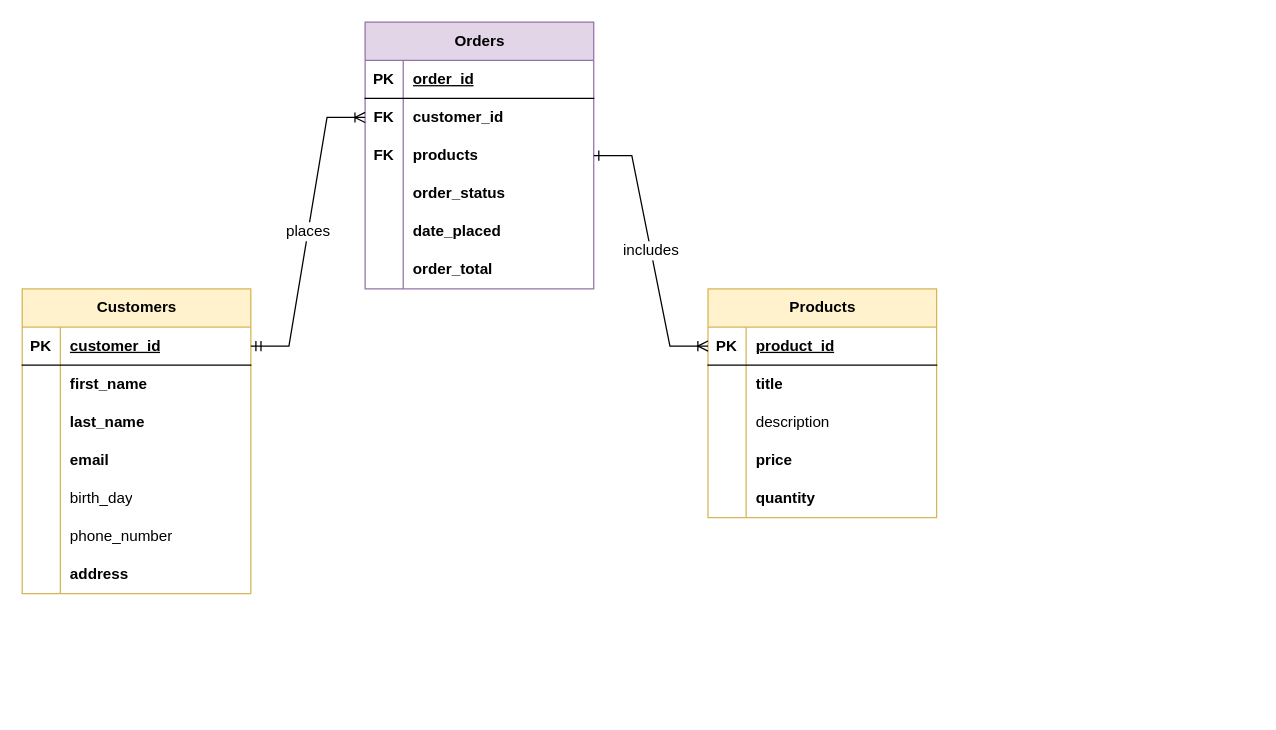
This is page "Overall ERD" (1 of 2) of db/ERD.drawio from MurtadhaInit/e-store-backend, a draw.io file, before an edit. Source tidied: cells renumbered, new cells numbered last; positions are measured from the earlier drawing's top-left corner, leaving out a move shared by most shapes. Both pictures are drawn from the tidied source at 127%, with x=0, y=0 at pixel (22, 22).
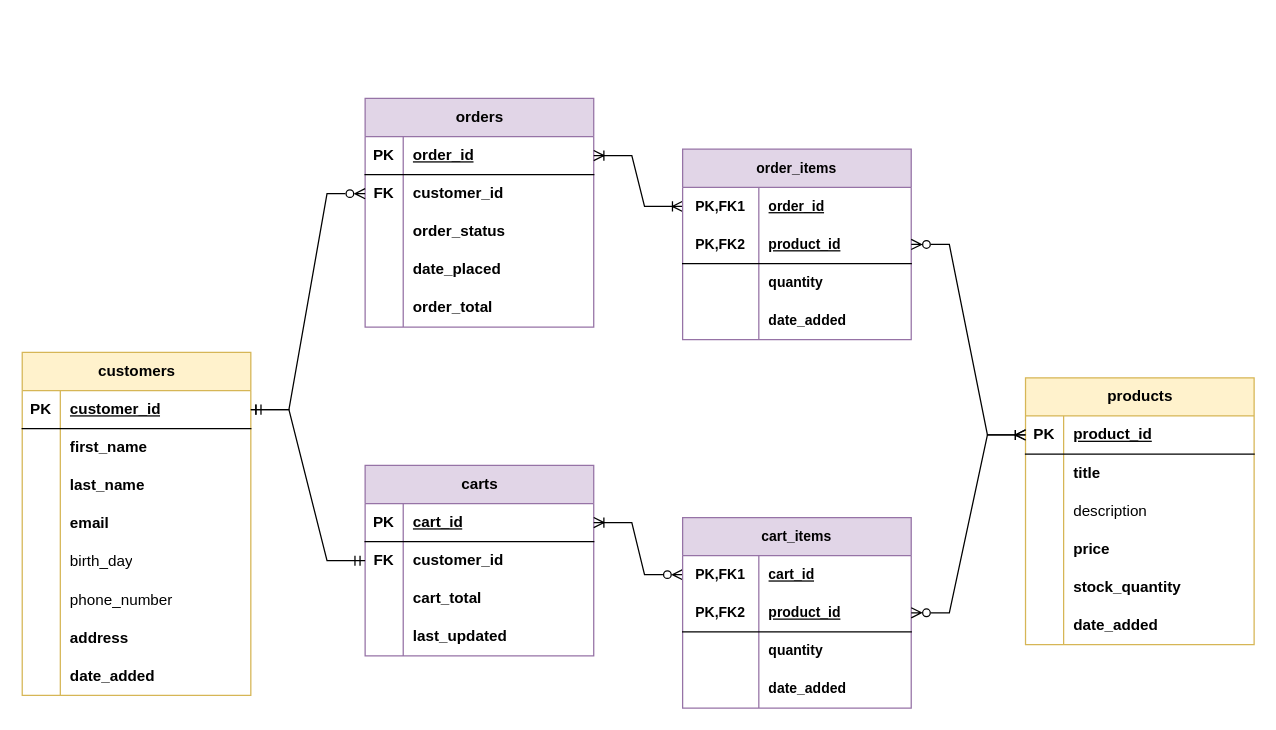
Above is the later version.

Commit message (it also covers changes not shown here):
There is now a solid starting ER diagram to use for creating the database schema - draw.io is now used for that purpose

Unchanged cells that the change refers to:
```xml
<mxCell id="3" style="shape=tableRow;horizontal=0;startSize=0;swimlaneHead=0;swimlaneBody=0;fillColor=none;points=[[0,0.5],[1,0.5]];portConstraint=eastwest;top=0;left=0;right=0;bottom=1;" parent="2" vertex="1">
  <mxGeometry y="30" width="180" height="30" as="geometry" />
</mxCell>
<mxCell id="15" style="shape=tableRow;horizontal=0;startSize=0;swimlaneHead=0;swimlaneBody=0;fillColor=none;top=0;left=0;right=0;bottom=0;" parent="2" vertex="1">
  <mxGeometry y="150" width="180" height="30" as="geometry" />
</mxCell>
<mxCell id="19" style="shape=tableRow;horizontal=0;startSize=0;swimlaneHead=0;swimlaneBody=0;fillColor=none;points=[[0,0.5],[1,0.5]];portConstraint=eastwest;top=0;left=0;right=0;bottom=1;" parent="18" vertex="1">
  <mxGeometry y="30" width="180" height="30" as="geometry" />
</mxCell>
<mxCell id="22" style="shape=tableRow;horizontal=0;startSize=0;swimlaneHead=0;swimlaneBody=0;fillColor=none;points=[[0,0.5],[1,0.5]];portConstraint=eastwest;top=0;left=0;right=0;bottom=0;" parent="18" vertex="1">
  <mxGeometry y="60" width="180" height="30" as="geometry" />
</mxCell>
<mxCell id="38" style="shape=tableRow;horizontal=0;startSize=0;swimlaneHead=0;swimlaneBody=0;fillColor=none;points=[[0,0.5],[1,0.5]];portConstraint=eastwest;top=0;left=0;right=0;bottom=1;" parent="37" vertex="1">
  <mxGeometry y="30" width="180" height="30" as="geometry" />
</mxCell>
```

Diff of the diagram source:
```diff
@@
-    <mxCell id="2" value="Products" style="shape=table;startSize=30;childLayout=tableLayout;rowLines=0;fontStyle=1;align=center;html=1;fillColor=#fff2cc;strokeColor=#d6b656;" parent="1" vertex="1">
-      <mxGeometry x="540" y="210" width="180" height="180" as="geometry" />
+    <mxCell id="2" value="products" style="shape=table;startSize=30;childLayout=tableLayout;rowLines=0;fontStyle=1;align=center;html=1;fillColor=#fff2cc;strokeColor=#d6b656;" parent="1" vertex="1">
+      <mxGeometry x="790" y="280" width="180" height="210" as="geometry" />
     </mxCell>
@@
-    <mxCell id="17" value="quantity" style="shape=partialRectangle;fillColor=none;top=0;left=0;bottom=0;right=0;align=left;spacingLeft=6;overflow=hidden;whiteSpace=wrap;html=1;fontStyle=1;" parent="15" vertex="1">
+    <mxCell id="17" value="stock_quantity" style="shape=partialRectangle;fillColor=none;top=0;left=0;bottom=0;right=0;align=left;spacingLeft=6;overflow=hidden;whiteSpace=wrap;html=1;fontStyle=1;" parent="15" vertex="1">
       <mxGeometry x="30" width="150" height="30" as="geometry" />
     </mxCell>
+    <mxCell id="61" style="shape=tableRow;horizontal=0;startSize=0;swimlaneHead=0;swimlaneBody=0;fillColor=none;top=0;left=0;right=0;bottom=0;" parent="2" vertex="1">
+      <mxGeometry y="180" width="180" height="30" as="geometry" />
+    </mxCell>
+    <mxCell id="62" style="shape=partialRectangle;fillColor=none;top=0;left=0;bottom=0;right=0;overflow=hidden;whiteSpace=wrap;html=1;" parent="61" vertex="1">
+      <mxGeometry width="30" height="30" as="geometry" />
+    </mxCell>
+    <mxCell id="63" value="date_added" style="shape=partialRectangle;fillColor=none;top=0;left=0;bottom=0;right=0;align=left;spacingLeft=6;overflow=hidden;whiteSpace=wrap;html=1;fontStyle=1;" parent="61" vertex="1">
+      <mxGeometry x="30" width="150" height="30" as="geometry" />
+    </mxCell>
-    <mxCell id="18" value="Orders" style="shape=table;startSize=30;childLayout=tableLayout;rowLines=0;fontStyle=1;align=center;html=1;fillColor=#e1d5e7;strokeColor=#9673a6;" parent="1" vertex="1">
-      <mxGeometry x="270" width="180" height="210" as="geometry" />
+    <mxCell id="18" value="orders" style="shape=table;startSize=30;childLayout=tableLayout;rowLines=0;fontStyle=1;align=center;html=1;fillColor=#e1d5e7;strokeColor=#9673a6;" parent="1" vertex="1">
+      <mxGeometry x="270" y="60" width="180" height="180" as="geometry" />
     </mxCell>
@@
-    <mxCell id="25" style="shape=tableRow;horizontal=0;startSize=0;swimlaneHead=0;swimlaneBody=0;fillColor=none;points=[[0,0.5],[1,0.5]];portConstraint=eastwest;top=0;left=0;right=0;bottom=0;" parent="18" vertex="1">
-      <mxGeometry y="90" width="180" height="30" as="geometry" />
-    </mxCell>
-    <mxCell id="26" value="FK" style="shape=partialRectangle;fillColor=none;top=0;left=0;bottom=0;right=0;overflow=hidden;whiteSpace=wrap;html=1;fontStyle=1;" parent="25" vertex="1">
-      <mxGeometry width="30" height="30" as="geometry" />
-    </mxCell>
-    <mxCell id="27" value="products" style="shape=partialRectangle;fillColor=none;top=0;left=0;bottom=0;right=0;align=left;spacingLeft=6;overflow=hidden;whiteSpace=wrap;html=1;fontStyle=1;" parent="25" vertex="1">
-      <mxGeometry x="30" width="150" height="30" as="geometry" />
-    </mxCell>
     <mxCell id="28" style="shape=tableRow;horizontal=0;startSize=0;swimlaneHead=0;swimlaneBody=0;fillColor=none;top=0;left=0;right=0;bottom=0;" parent="18" vertex="1">
-      <mxGeometry y="120" width="180" height="30" as="geometry" />
+      <mxGeometry y="90" width="180" height="30" as="geometry" />
     </mxCell>
@@
     <mxCell id="31" style="shape=tableRow;horizontal=0;startSize=0;swimlaneHead=0;swimlaneBody=0;fillColor=none;top=0;left=0;right=0;bottom=0;" parent="18" vertex="1">
-      <mxGeometry y="150" width="180" height="30" as="geometry" />
+      <mxGeometry y="120" width="180" height="30" as="geometry" />
     </mxCell>
@@
     <mxCell id="34" style="shape=tableRow;horizontal=0;startSize=0;swimlaneHead=0;swimlaneBody=0;fillColor=none;top=0;left=0;right=0;bottom=0;" parent="18" vertex="1">
-      <mxGeometry y="180" width="180" height="30" as="geometry" />
+      <mxGeometry y="150" width="180" height="30" as="geometry" />
     </mxCell>
@@
-    <mxCell id="37" value="Customers" style="shape=table;startSize=30;childLayout=tableLayout;rowLines=0;fontStyle=1;align=center;html=1;fillColor=#fff2cc;strokeColor=#d6b656;" parent="1" vertex="1">
-      <mxGeometry y="210" width="180" height="240" as="geometry" />
+    <mxCell id="37" value="customers" style="shape=table;startSize=30;childLayout=tableLayout;rowLines=0;fontStyle=1;align=center;html=1;fillColor=#fff2cc;strokeColor=#d6b656;" parent="1" vertex="1">
+      <mxGeometry y="260" width="180" height="270" as="geometry" />
     </mxCell>
@@
+    <mxCell id="64" style="shape=tableRow;horizontal=0;startSize=0;swimlaneHead=0;swimlaneBody=0;fillColor=none;top=0;left=0;right=0;bottom=0;" parent="37" vertex="1">
+      <mxGeometry y="240" width="180" height="30" as="geometry" />
+    </mxCell>
+    <mxCell id="65" style="shape=partialRectangle;fillColor=none;top=0;left=0;bottom=0;right=0;overflow=hidden;whiteSpace=wrap;html=1;" parent="64" vertex="1">
+      <mxGeometry width="30" height="30" as="geometry" />
+    </mxCell>
+    <mxCell id="66" value="date_added" style="shape=partialRectangle;fillColor=none;top=0;left=0;bottom=0;right=0;align=left;spacingLeft=6;overflow=hidden;whiteSpace=wrap;html=1;fontStyle=1;" parent="64" vertex="1">
+      <mxGeometry x="30" width="150" height="30" as="geometry" />
+    </mxCell>
-    <mxCell id="59" value="places" style="edgeStyle=entityRelationEdgeStyle;fontSize=12;html=1;endArrow=ERoneToMany;startArrow=ERmandOne;rounded=0;" parent="1" edge="1" source="38" target="22">
+    <mxCell id="59" style="edgeStyle=entityRelationEdgeStyle;fontSize=12;html=1;endArrow=ERzeroToMany;startArrow=ERmandOne;rounded=0;endFill=0;startFill=0;" parent="1" edge="1" source="38" target="22">
       <mxGeometry relative="1" as="geometry" />
     </mxCell>
-    <mxCell id="60" value="includes" style="edgeStyle=entityRelationEdgeStyle;fontSize=12;html=1;endArrow=ERoneToMany;rounded=0;startArrow=ERone;startFill=0;" parent="1" edge="1" source="25" target="3">
+    <mxCell id="60" style="edgeStyle=entityRelationEdgeStyle;fontSize=12;html=1;endArrow=ERoneToMany;rounded=0;startArrow=ERoneToMany;startFill=0;" parent="1" edge="1" source="19" target="81">
       <mxGeometry relative="1" as="geometry" />
     </mxCell>
+    <mxCell id="67" value="carts" style="shape=table;startSize=30;childLayout=tableLayout;rowLines=0;fontStyle=1;align=center;html=1;fillColor=#e1d5e7;strokeColor=#9673a6;" parent="1" vertex="1">
+      <mxGeometry x="270" y="349" width="180" height="150" as="geometry" />
+    </mxCell>
+    <mxCell id="68" style="shape=tableRow;horizontal=0;startSize=0;swimlaneHead=0;swimlaneBody=0;fillColor=none;points=[[0,0.5],[1,0.5]];portConstraint=eastwest;top=0;left=0;right=0;bottom=1;" parent="67" vertex="1">
+      <mxGeometry y="30" width="180" height="30" as="geometry" />
+    </mxCell>
+    <mxCell id="69" value="PK" style="shape=partialRectangle;fillColor=none;top=0;left=0;bottom=0;right=0;fontStyle=1;overflow=hidden;whiteSpace=wrap;html=1;" parent="68" vertex="1">
+      <mxGeometry width="30" height="30" as="geometry" />
+    </mxCell>
+    <mxCell id="70" value="cart_id" style="shape=partialRectangle;fillColor=none;top=0;left=0;bottom=0;right=0;align=left;spacingLeft=6;fontStyle=5;overflow=hidden;whiteSpace=wrap;html=1;" parent="68" vertex="1">
+      <mxGeometry x="30" width="150" height="30" as="geometry" />
+    </mxCell>
+    <mxCell id="71" style="shape=tableRow;horizontal=0;startSize=0;swimlaneHead=0;swimlaneBody=0;fillColor=none;points=[[0,0.5],[1,0.5]];portConstraint=eastwest;top=0;left=0;right=0;bottom=0;" parent="67" vertex="1">
+      <mxGeometry y="60" width="180" height="30" as="geometry" />
+    </mxCell>
+    <mxCell id="26" value="FK" style="shape=partialRectangle;fillColor=none;top=0;left=0;bottom=0;right=0;overflow=hidden;whiteSpace=wrap;html=1;fontStyle=1;" parent="71" vertex="1">
+      <mxGeometry width="30" height="30" as="geometry" />
+    </mxCell>
+    <mxCell id="72" value="&lt;b&gt;customer_id&lt;/b&gt;" style="shape=partialRectangle;fillColor=none;top=0;left=0;bottom=0;right=0;align=left;spacingLeft=6;overflow=hidden;whiteSpace=wrap;html=1;" parent="71" vertex="1">
+      <mxGeometry x="30" width="150" height="30" as="geometry" />
+    </mxCell>
+    <mxCell id="25" style="shape=tableRow;horizontal=0;startSize=0;swimlaneHead=0;swimlaneBody=0;fillColor=none;points=[[0,0.5],[1,0.5]];portConstraint=eastwest;top=0;left=0;right=0;bottom=0;" parent="67" vertex="1">
+      <mxGeometry y="90" width="180" height="30" as="geometry" />
+    </mxCell>
+    <mxCell id="73" style="shape=partialRectangle;fillColor=none;top=0;left=0;bottom=0;right=0;overflow=hidden;whiteSpace=wrap;html=1;fontStyle=1;" parent="25" vertex="1">
+      <mxGeometry width="30" height="30" as="geometry" />
+    </mxCell>
+    <mxCell id="74" value="&lt;b&gt;cart_total&lt;/b&gt;" style="shape=partialRectangle;fillColor=none;top=0;left=0;bottom=0;right=0;align=left;spacingLeft=6;overflow=hidden;whiteSpace=wrap;html=1;" parent="25" vertex="1">
+      <mxGeometry x="30" width="150" height="30" as="geometry" />
+    </mxCell>
+    <mxCell id="75" style="shape=tableRow;horizontal=0;startSize=0;swimlaneHead=0;swimlaneBody=0;fillColor=none;top=0;left=0;right=0;bottom=0;" parent="67" vertex="1">
+      <mxGeometry y="120" width="180" height="30" as="geometry" />
+    </mxCell>
+    <mxCell id="76" style="shape=partialRectangle;fillColor=none;top=0;left=0;bottom=0;right=0;overflow=hidden;whiteSpace=wrap;html=1;" parent="75" vertex="1">
+      <mxGeometry width="30" height="30" as="geometry" />
+    </mxCell>
+    <mxCell id="77" value="last_updated" style="shape=partialRectangle;fillColor=none;top=0;left=0;bottom=0;right=0;align=left;spacingLeft=6;overflow=hidden;whiteSpace=wrap;html=1;fontStyle=1;" parent="75" vertex="1">
+      <mxGeometry x="30" width="150" height="30" as="geometry" />
+    </mxCell>
+    <mxCell id="78" style="edgeStyle=entityRelationEdgeStyle;fontSize=12;html=1;endArrow=ERmandOne;endFill=0;rounded=0;strokeColor=default;align=center;verticalAlign=middle;fontFamily=Helvetica;fontColor=default;labelBackgroundColor=default;startArrow=ERone;startFill=0;" parent="1" edge="1" source="38" target="71">
+      <mxGeometry relative="1" as="geometry" />
+    </mxCell>
+    <mxCell id="79" style="edgeStyle=entityRelationEdgeStyle;fontSize=12;html=1;endArrow=ERzeroToMany;endFill=0;rounded=0;strokeColor=default;align=center;verticalAlign=middle;fontFamily=Helvetica;fontColor=default;labelBackgroundColor=default;startArrow=ERoneToMany;startFill=0;" parent="1" edge="1" source="68" target="95">
+      <mxGeometry relative="1" as="geometry" />
+    </mxCell>
+    <mxCell id="80" value="order_items" style="shape=table;startSize=30;childLayout=tableLayout;rowLines=0;fontStyle=1;align=center;html=1;whiteSpace=wrap;fontFamily=Helvetica;fontSize=11;labelBackgroundColor=none;fillColor=#e1d5e7;strokeColor=#9673a6;" parent="1" vertex="1">
+      <mxGeometry x="520" y="100" width="180" height="150" as="geometry" />
+    </mxCell>
+    <mxCell id="81" style="shape=tableRow;horizontal=0;startSize=0;swimlaneHead=0;swimlaneBody=0;fillColor=none;points=[[0,0.5],[1,0.5]];portConstraint=eastwest;top=0;left=0;right=0;bottom=0;html=1;fontFamily=Helvetica;fontSize=11;fontColor=default;labelBackgroundColor=default;" parent="80" vertex="1">
+      <mxGeometry y="30" width="180" height="30" as="geometry" />
+    </mxCell>
+    <mxCell id="82" value="PK,FK1" style="shape=partialRectangle;fillColor=none;top=0;left=0;bottom=0;right=0;fontStyle=1;overflow=hidden;html=1;whiteSpace=wrap;fontFamily=Helvetica;fontSize=11;fontColor=default;labelBackgroundColor=default;" parent="81" vertex="1">
+      <mxGeometry width="60" height="30" as="geometry" />
+    </mxCell>
+    <mxCell id="83" value="order_id" style="shape=partialRectangle;fillColor=none;top=0;left=0;bottom=0;right=0;align=left;spacingLeft=6;fontStyle=5;overflow=hidden;html=1;whiteSpace=wrap;fontFamily=Helvetica;fontSize=11;fontColor=default;labelBackgroundColor=default;" parent="81" vertex="1">
+      <mxGeometry x="60" width="120" height="30" as="geometry" />
+    </mxCell>
+    <mxCell id="84" style="shape=tableRow;horizontal=0;startSize=0;swimlaneHead=0;swimlaneBody=0;fillColor=none;points=[[0,0.5],[1,0.5]];portConstraint=eastwest;top=0;left=0;right=0;bottom=1;html=1;fontFamily=Helvetica;fontSize=11;fontColor=default;labelBackgroundColor=default;" parent="80" vertex="1">
+      <mxGeometry y="60" width="180" height="30" as="geometry" />
+    </mxCell>
+    <mxCell id="85" value="PK,FK2" style="shape=partialRectangle;fillColor=none;top=0;left=0;bottom=0;right=0;fontStyle=1;overflow=hidden;html=1;whiteSpace=wrap;fontFamily=Helvetica;fontSize=11;fontColor=default;labelBackgroundColor=default;" parent="84" vertex="1">
+      <mxGeometry width="60" height="30" as="geometry" />
+    </mxCell>
+    <mxCell id="86" value="product_id" style="shape=partialRectangle;fillColor=none;top=0;left=0;bottom=0;right=0;align=left;spacingLeft=6;fontStyle=5;overflow=hidden;html=1;whiteSpace=wrap;fontFamily=Helvetica;fontSize=11;fontColor=default;labelBackgroundColor=default;" parent="84" vertex="1">
+      <mxGeometry x="60" width="120" height="30" as="geometry" />
+    </mxCell>
+    <mxCell id="87" style="shape=tableRow;horizontal=0;startSize=0;swimlaneHead=0;swimlaneBody=0;fillColor=none;top=0;left=0;right=0;bottom=0;html=1;fontFamily=Helvetica;fontSize=11;fontColor=default;labelBackgroundColor=default;fontStyle=0;" parent="80" vertex="1">
+      <mxGeometry y="90" width="180" height="30" as="geometry" />
+    </mxCell>
+    <mxCell id="88" style="shape=partialRectangle;fillColor=none;top=0;left=0;bottom=0;right=0;overflow=hidden;html=1;whiteSpace=wrap;fontFamily=Helvetica;fontSize=11;fontColor=default;labelBackgroundColor=default;" parent="87" vertex="1">
+      <mxGeometry width="60" height="30" as="geometry" />
+    </mxCell>
+    <mxCell id="89" value="quantity" style="shape=partialRectangle;fillColor=none;top=0;left=0;bottom=0;right=0;align=left;spacingLeft=6;overflow=hidden;html=1;whiteSpace=wrap;fontFamily=Helvetica;fontSize=11;fontColor=default;labelBackgroundColor=default;fontStyle=1;" parent="87" vertex="1">
+      <mxGeometry x="60" width="120" height="30" as="geometry" />
+    </mxCell>
+    <mxCell id="90" style="shape=tableRow;horizontal=0;startSize=0;swimlaneHead=0;swimlaneBody=0;fillColor=none;top=0;left=0;right=0;bottom=0;html=1;fontFamily=Helvetica;fontSize=11;fontColor=default;labelBackgroundColor=default;fontStyle=0;" parent="80" vertex="1">
+      <mxGeometry y="120" width="180" height="30" as="geometry" />
+    </mxCell>
+    <mxCell id="91" style="shape=partialRectangle;fillColor=none;top=0;left=0;bottom=0;right=0;overflow=hidden;html=1;whiteSpace=wrap;fontFamily=Helvetica;fontSize=11;fontColor=default;labelBackgroundColor=default;" parent="90" vertex="1">
+      <mxGeometry width="60" height="30" as="geometry" />
+    </mxCell>
+    <mxCell id="92" value="date_added" style="shape=partialRectangle;fillColor=none;top=0;left=0;bottom=0;right=0;align=left;spacingLeft=6;overflow=hidden;html=1;whiteSpace=wrap;fontFamily=Helvetica;fontSize=11;fontColor=default;labelBackgroundColor=default;fontStyle=1;" parent="90" vertex="1">
+      <mxGeometry x="60" width="120" height="30" as="geometry" />
+    </mxCell>
+    <mxCell id="93" style="edgeStyle=entityRelationEdgeStyle;fontSize=12;html=1;endArrow=ERoneToMany;rounded=0;startArrow=ERzeroToMany;startFill=0;" parent="1" edge="1" source="84" target="3">
+      <mxGeometry relative="1" as="geometry" />
+    </mxCell>
+    <mxCell id="94" value="cart_items" style="shape=table;startSize=30;childLayout=tableLayout;rowLines=0;fontStyle=1;align=center;html=1;whiteSpace=wrap;fontFamily=Helvetica;fontSize=11;labelBackgroundColor=none;fillColor=#e1d5e7;strokeColor=#9673a6;" parent="1" vertex="1">
+      <mxGeometry x="520" y="390" width="180" height="150" as="geometry" />
+    </mxCell>
+    <mxCell id="95" style="shape=tableRow;horizontal=0;startSize=0;swimlaneHead=0;swimlaneBody=0;fillColor=none;points=[[0,0.5],[1,0.5]];portConstraint=eastwest;top=0;left=0;right=0;bottom=0;html=1;fontFamily=Helvetica;fontSize=11;fontColor=default;labelBackgroundColor=default;" parent="94" vertex="1">
+      <mxGeometry y="30" width="180" height="30" as="geometry" />
+    </mxCell>
+    <mxCell id="96" value="PK,FK1" style="shape=partialRectangle;fillColor=none;top=0;left=0;bottom=0;right=0;fontStyle=1;overflow=hidden;html=1;whiteSpace=wrap;fontFamily=Helvetica;fontSize=11;fontColor=default;labelBackgroundColor=default;" parent="95" vertex="1">
+      <mxGeometry width="60" height="30" as="geometry" />
+    </mxCell>
+    <mxCell id="97" value="cart_id" style="shape=partialRectangle;fillColor=none;top=0;left=0;bottom=0;right=0;align=left;spacingLeft=6;fontStyle=5;overflow=hidden;html=1;whiteSpace=wrap;fontFamily=Helvetica;fontSize=11;fontColor=default;labelBackgroundColor=default;" parent="95" vertex="1">
+      <mxGeometry x="60" width="120" height="30" as="geometry" />
+    </mxCell>
+    <mxCell id="98" style="shape=tableRow;horizontal=0;startSize=0;swimlaneHead=0;swimlaneBody=0;fillColor=none;points=[[0,0.5],[1,0.5]];portConstraint=eastwest;top=0;left=0;right=0;bottom=1;html=1;fontFamily=Helvetica;fontSize=11;fontColor=default;labelBackgroundColor=default;" parent="94" vertex="1">
+      <mxGeometry y="60" width="180" height="30" as="geometry" />
+    </mxCell>
+    <mxCell id="99" value="PK,FK2" style="shape=partialRectangle;fillColor=none;top=0;left=0;bottom=0;right=0;fontStyle=1;overflow=hidden;html=1;whiteSpace=wrap;fontFamily=Helvetica;fontSize=11;fontColor=default;labelBackgroundColor=default;" parent="98" vertex="1">
+      <mxGeometry width="60" height="30" as="geometry" />
+    </mxCell>
+    <mxCell id="100" value="product_id" style="shape=partialRectangle;fillColor=none;top=0;left=0;bottom=0;right=0;align=left;spacingLeft=6;fontStyle=5;overflow=hidden;html=1;whiteSpace=wrap;fontFamily=Helvetica;fontSize=11;fontColor=default;labelBackgroundColor=default;" parent="98" vertex="1">
+      <mxGeometry x="60" width="120" height="30" as="geometry" />
+    </mxCell>
+    <mxCell id="101" style="shape=tableRow;horizontal=0;startSize=0;swimlaneHead=0;swimlaneBody=0;fillColor=none;top=0;left=0;right=0;bottom=0;html=1;fontFamily=Helvetica;fontSize=11;fontColor=default;labelBackgroundColor=default;fontStyle=0;" parent="94" vertex="1">
+      <mxGeometry y="90" width="180" height="30" as="geometry" />
+    </mxCell>
+    <mxCell id="102" style="shape=partialRectangle;fillColor=none;top=0;left=0;bottom=0;right=0;overflow=hidden;html=1;whiteSpace=wrap;fontFamily=Helvetica;fontSize=11;fontColor=default;labelBackgroundColor=default;" parent="101" vertex="1">
+      <mxGeometry width="60" height="30" as="geometry" />
+    </mxCell>
+    <mxCell id="103" value="quantity" style="shape=partialRectangle;fillColor=none;top=0;left=0;bottom=0;right=0;align=left;spacingLeft=6;overflow=hidden;html=1;whiteSpace=wrap;fontFamily=Helvetica;fontSize=11;fontColor=default;labelBackgroundColor=default;fontStyle=1;" parent="101" vertex="1">
+      <mxGeometry x="60" width="120" height="30" as="geometry" />
+    </mxCell>
+    <mxCell id="104" style="shape=tableRow;horizontal=0;startSize=0;swimlaneHead=0;swimlaneBody=0;fillColor=none;top=0;left=0;right=0;bottom=0;html=1;fontFamily=Helvetica;fontSize=11;fontColor=default;labelBackgroundColor=default;fontStyle=0;" parent="94" vertex="1">
+      <mxGeometry y="120" width="180" height="30" as="geometry" />
+    </mxCell>
+    <mxCell id="105" style="shape=partialRectangle;fillColor=none;top=0;left=0;bottom=0;right=0;overflow=hidden;html=1;whiteSpace=wrap;fontFamily=Helvetica;fontSize=11;fontColor=default;labelBackgroundColor=default;" parent="104" vertex="1">
+      <mxGeometry width="60" height="30" as="geometry" />
+    </mxCell>
+    <mxCell id="106" value="date_added" style="shape=partialRectangle;fillColor=none;top=0;left=0;bottom=0;right=0;align=left;spacingLeft=6;overflow=hidden;html=1;whiteSpace=wrap;fontFamily=Helvetica;fontSize=11;fontColor=default;labelBackgroundColor=default;fontStyle=1;" parent="104" vertex="1">
+      <mxGeometry x="60" width="120" height="30" as="geometry" />
+    </mxCell>
+    <mxCell id="107" style="edgeStyle=entityRelationEdgeStyle;fontSize=12;html=1;endArrow=ERoneToMany;rounded=0;startArrow=ERzeroToMany;startFill=0;" parent="1" edge="1" source="98" target="3">
+      <mxGeometry relative="1" as="geometry" />
+    </mxCell>
```
